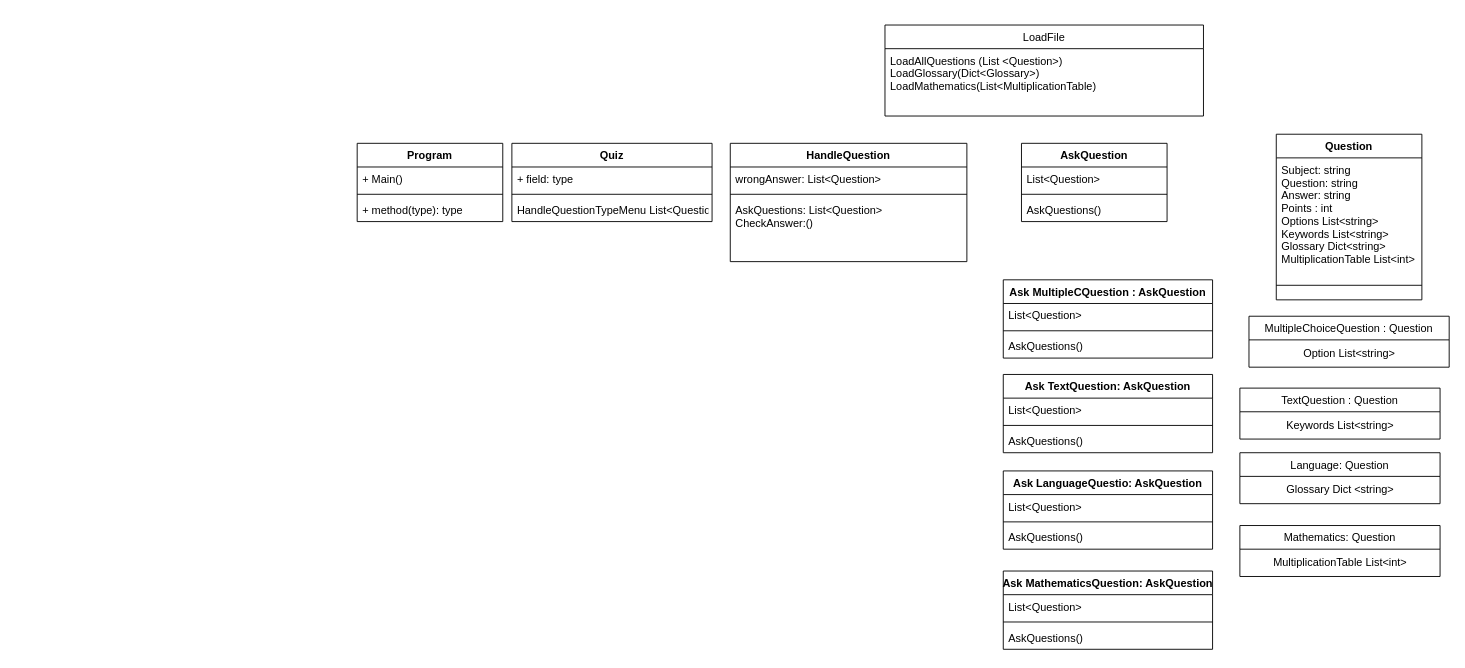
The draw.io diagram Klassdiagram.drawio in nbiOPA24/projektarbete-susanne, before the edit. Source tidied: cells renumbered, new cells numbered last; positions are measured from the earlier drawing's top-left corner, leaving out a move shared by most shapes. Both pictures are drawn from the tidied source at 91%, with x=0, y=0 at pixel (357, 25).
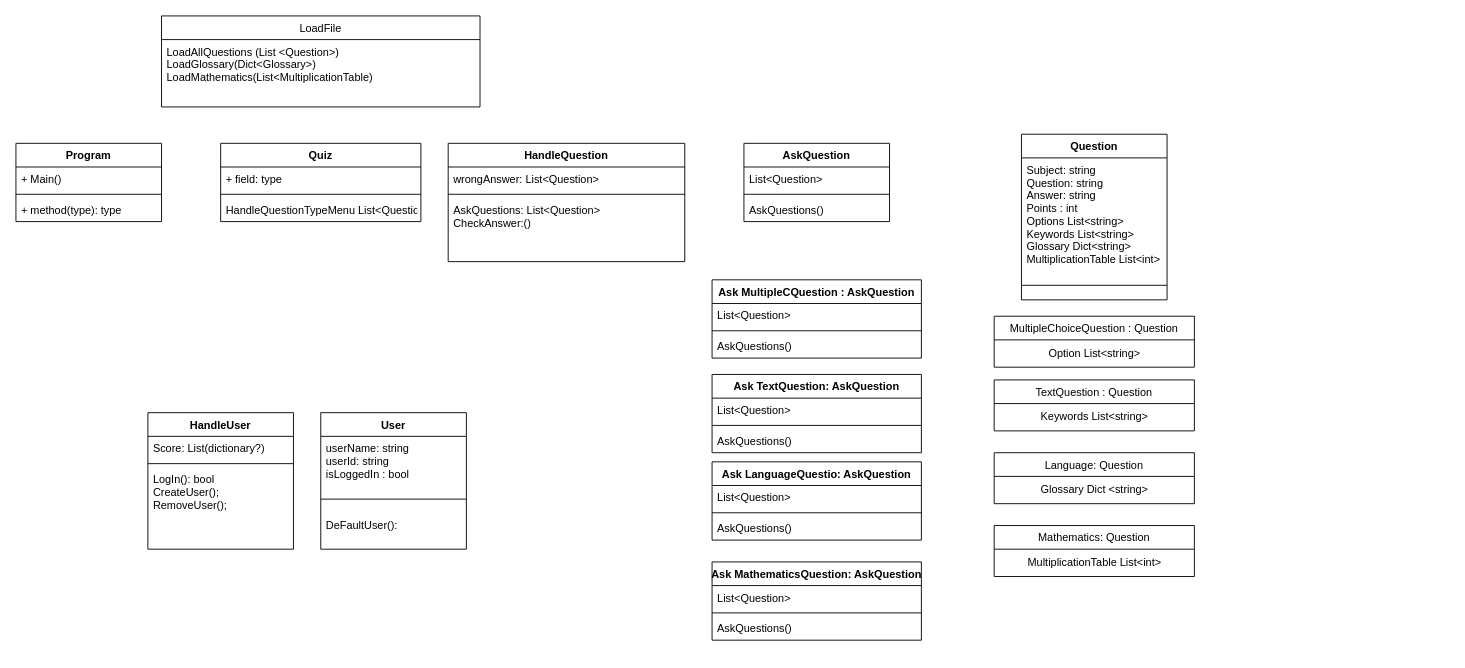
Above is the later version.

The edit, as a diff of the source:
```diff
@@
     <mxCell id="2" value="Question" style="swimlane;fontStyle=1;align=center;verticalAlign=top;horizontal=1;startSize=26;" parent="1" vertex="1">
-      <mxGeometry x="1010" y="120" width="160" height="182" as="geometry" />
+      <mxGeometry x="730" y="120" width="160" height="182" as="geometry" />
     </mxCell>
@@
     <mxCell id="5" value="MultipleChoiceQuestion : Question" style="swimlane;fontStyle=0;horizontal=1;startSize=26;fillColor=none;" parent="1" vertex="1">
-      <mxGeometry x="980" y="320" width="220" height="56" as="geometry" />
+      <mxGeometry x="700" y="320" width="220" height="56" as="geometry" />
     </mxCell>
@@
     <mxCell id="7" value="TextQuestion : Question" style="swimlane;fontStyle=0;horizontal=1;startSize=26;fillColor=none;" parent="1" vertex="1">
-      <mxGeometry x="970" y="399" width="220" height="56" as="geometry" />
+      <mxGeometry x="700" y="390" width="220" height="56" as="geometry" />
     </mxCell>
@@
     <mxCell id="9" value="Language: Question" style="swimlane;fontStyle=0;horizontal=1;startSize=26;fillColor=none;" parent="1" vertex="1">
-      <mxGeometry x="970" y="470" width="220" height="56" as="geometry" />
+      <mxGeometry x="700" y="470" width="220" height="56" as="geometry" />
     </mxCell>
@@
     <mxCell id="11" value="Mathematics: Question" style="swimlane;fontStyle=0;horizontal=1;startSize=26;fillColor=none;" parent="1" vertex="1">
-      <mxGeometry x="970" y="550" width="220" height="56" as="geometry" />
+      <mxGeometry x="700" y="550" width="220" height="56" as="geometry" />
     </mxCell>
@@
     <mxCell id="13" value="LoadFile" style="swimlane;fontStyle=0;horizontal=1;startSize=26;fillColor=none;" parent="1" vertex="1">
-      <mxGeometry x="580" width="350" height="100" as="geometry" />
+      <mxGeometry x="-215" y="-10" width="350" height="100" as="geometry" />
     </mxCell>
@@
     <mxCell id="15" value="HandleQuestion" style="swimlane;fontStyle=1;align=center;verticalAlign=top;horizontal=1;startSize=26;" parent="1" vertex="1">
-      <mxGeometry x="410" y="130" width="260" height="130" as="geometry" />
+      <mxGeometry x="100" y="130" width="260" height="130" as="geometry" />
     </mxCell>
@@
     <mxCell id="19" value="Quiz" style="swimlane;fontStyle=1;align=center;verticalAlign=top;horizontal=1;startSize=26;" parent="1" vertex="1">
-      <mxGeometry x="170" y="130" width="220" height="86" as="geometry" />
+      <mxGeometry x="-150" y="130" width="220" height="86" as="geometry" />
     </mxCell>
@@
     <mxCell id="23" value="Program" style="swimlane;fontStyle=1;align=center;verticalAlign=top;horizontal=1;startSize=26;" parent="1" vertex="1">
-      <mxGeometry y="130" width="160" height="86" as="geometry" />
+      <mxGeometry x="-375" y="130" width="160" height="86" as="geometry" />
     </mxCell>
@@
     <mxCell id="27" value="AskQuestion" style="swimlane;fontStyle=1;align=center;verticalAlign=top;horizontal=1;startSize=26;" parent="1" vertex="1">
-      <mxGeometry x="730" y="130" width="160" height="86" as="geometry" />
+      <mxGeometry x="425" y="130" width="160" height="86" as="geometry" />
     </mxCell>
@@
     <mxCell id="31" value="Ask MultipleCQuestion : AskQuestion" style="swimlane;fontStyle=1;align=center;verticalAlign=top;horizontal=1;startSize=26;" parent="1" vertex="1">
-      <mxGeometry x="710" y="280" width="230" height="86" as="geometry" />
+      <mxGeometry x="390" y="280" width="230" height="86" as="geometry" />
     </mxCell>
@@
     <mxCell id="35" value="Ask TextQuestion: AskQuestion" style="swimlane;fontStyle=1;align=center;verticalAlign=top;horizontal=1;startSize=26;" parent="1" vertex="1">
-      <mxGeometry x="710" y="384" width="230" height="86" as="geometry" />
+      <mxGeometry x="390" y="384" width="230" height="86" as="geometry" />
     </mxCell>
@@
     <mxCell id="39" value="Ask LanguageQuestio: AskQuestion" style="swimlane;fontStyle=1;align=center;verticalAlign=top;horizontal=1;startSize=26;" parent="1" vertex="1">
-      <mxGeometry x="710" y="490" width="230" height="86" as="geometry" />
+      <mxGeometry x="390" y="480" width="230" height="86" as="geometry" />
     </mxCell>
@@
     <mxCell id="43" value="Ask MathematicsQuestion: AskQuestion" style="swimlane;fontStyle=1;align=center;verticalAlign=top;horizontal=1;startSize=26;" parent="1" vertex="1">
-      <mxGeometry x="710" y="600" width="230" height="86" as="geometry" />
+      <mxGeometry x="390" y="590" width="230" height="86" as="geometry" />
     </mxCell>
@@
+    <mxCell id="47" value="User" style="swimlane;fontStyle=1;align=center;verticalAlign=top;horizontal=1;startSize=26;" parent="1" vertex="1">
+      <mxGeometry x="-40" y="426" width="160" height="150" as="geometry" />
+    </mxCell>
+    <mxCell id="48" value="userName: string&#10;userId: string&#10;isLoggedIn : bool" style="text;strokeColor=none;fillColor=none;align=left;verticalAlign=top;spacingLeft=4;spacingRight=4;overflow=hidden;" parent="47" vertex="1">
+      <mxGeometry y="26" width="160" height="54" as="geometry" />
+    </mxCell>
+    <mxCell id="49" style="line;strokeWidth=1;fillColor=none;align=left;verticalAlign=middle;spacingTop=-1;spacingLeft=3;spacingRight=3;labelPosition=right;strokeColor=inherit;" parent="47" vertex="1">
+      <mxGeometry y="80" width="160" height="30" as="geometry" />
+    </mxCell>
+    <mxCell id="50" value="DeFaultUser(): " style="text;strokeColor=none;fillColor=none;align=left;verticalAlign=top;spacingLeft=4;spacingRight=4;overflow=hidden;" parent="47" vertex="1">
+      <mxGeometry y="110" width="160" height="40" as="geometry" />
+    </mxCell>
+    <mxCell id="51" value="HandleUser" style="swimlane;fontStyle=1;align=center;verticalAlign=top;horizontal=1;startSize=26;" parent="1" vertex="1">
+      <mxGeometry x="-230" y="426" width="160" height="150" as="geometry" />
+    </mxCell>
+    <mxCell id="52" value="Score: List(dictionary?)" style="text;strokeColor=none;fillColor=none;align=left;verticalAlign=top;spacingLeft=4;spacingRight=4;overflow=hidden;" parent="51" vertex="1">
+      <mxGeometry y="26" width="160" height="26" as="geometry" />
+    </mxCell>
+    <mxCell id="53" style="line;strokeWidth=1;fillColor=none;align=left;verticalAlign=middle;spacingTop=-1;spacingLeft=3;spacingRight=3;labelPosition=right;strokeColor=inherit;" parent="51" vertex="1">
+      <mxGeometry y="52" width="160" height="8" as="geometry" />
+    </mxCell>
+    <mxCell id="54" value="LogIn(): bool&#10;CreateUser();&#10;RemoveUser();" style="text;strokeColor=none;fillColor=none;align=left;verticalAlign=top;spacingLeft=4;spacingRight=4;overflow=hidden;" parent="51" vertex="1">
+      <mxGeometry y="60" width="160" height="90" as="geometry" />
+    </mxCell>
```
